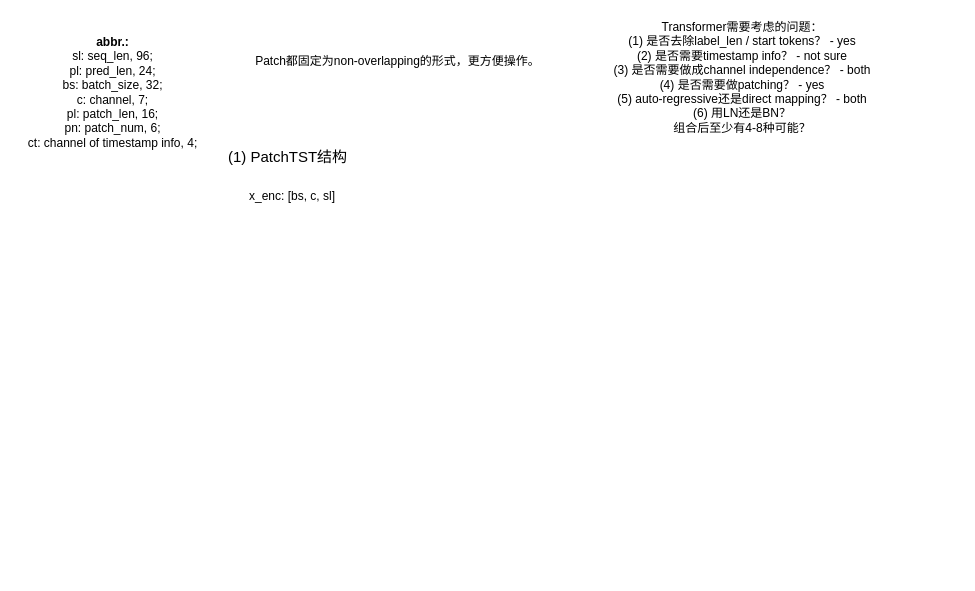
Before: TSF_Transformer架构探讨.drawio in HALF111/Research_figures, a draw.io diagram. Source tidied: cells renumbered, new cells numbered last; positions are measured from the earlier drawing's top-left corner, leaving out a move shared by most shapes. Both pictures are drawn from the tidied source at 100%, with x=0, y=0 at pixel (17, 17).
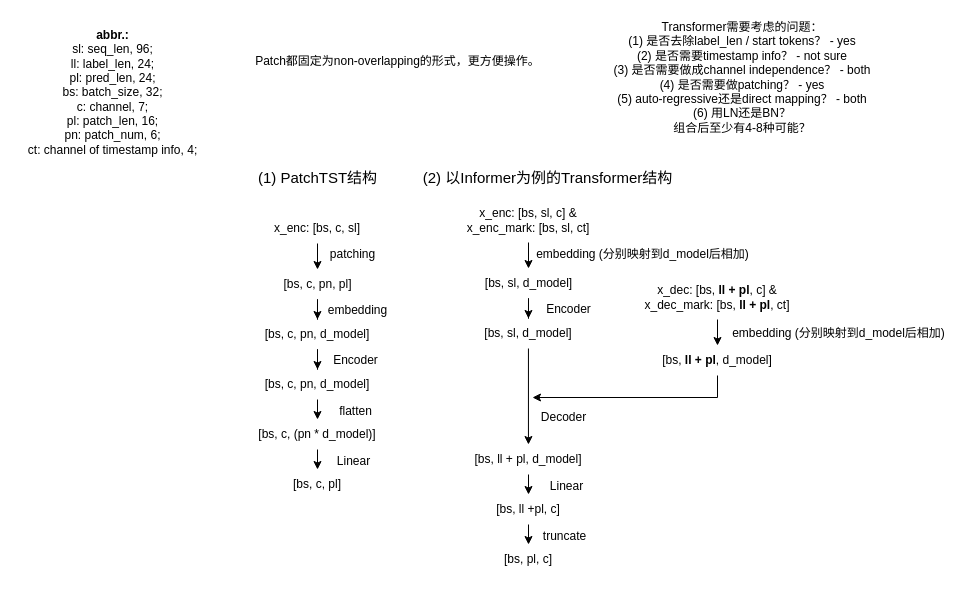
After the change.

Commit message:
更新TSF_Transformer架构探讨.drawio

Change to the diagram source:
```diff
@@
+    <mxCell id="7" style="edgeStyle=orthogonalEdgeStyle;rounded=0;jettySize=auto;html=1;entryX=0.5;entryY=0;entryDx=0;entryDy=0;" parent="1" edge="1" source="2" target="9">
+      <mxGeometry relative="1" as="geometry" />
+    </mxCell>
     <mxCell id="2" value="x_enc: [bs, c, sl]" style="text;html=1;align=center;verticalAlign=middle;whiteSpace=wrap;rounded=0;" parent="1" vertex="1">
-      <mxGeometry x="200" y="164" width="150" height="30" as="geometry" />
+      <mxGeometry x="225" y="196" width="150" height="30" as="geometry" />
     </mxCell>
     <mxCell id="3" value="&lt;font style=&quot;font-size: 15px;&quot;&gt;(1) PatchTST结构&lt;/font&gt;" style="text;html=1;align=center;verticalAlign=middle;strokeColor=none;fillColor=none;" parent="1" vertex="1">
-      <mxGeometry x="200" y="124" width="140" height="30" as="geometry" />
+      <mxGeometry x="230" y="145" width="140" height="30" as="geometry" />
     </mxCell>
-    <mxCell id="4" value="&lt;b&gt;abbr.:&lt;/b&gt;&lt;div&gt;sl: seq_len, 96;&lt;/div&gt;&lt;div&gt;pl: pred_len, 24;&lt;/div&gt;&lt;div&gt;bs: batch_size, 32;&lt;/div&gt;&lt;div&gt;c: channel, 7;&lt;/div&gt;&lt;div&gt;pl: patch_len, 16;&lt;/div&gt;&lt;div&gt;pn: patch_num, 6;&lt;/div&gt;&lt;div&gt;ct: channel of timestamp info, 4;&lt;/div&gt;" style="text;html=1;align=center;verticalAlign=middle;strokeColor=none;fillColor=none;" parent="1" vertex="1">
-      <mxGeometry y="10" width="190" height="130" as="geometry" />
+    <mxCell id="4" value="&lt;b&gt;abbr.:&lt;/b&gt;&lt;div&gt;sl: seq_len, 96;&lt;/div&gt;&lt;div&gt;ll: label_len, 24;&lt;/div&gt;&lt;div&gt;pl: pred_len, 24;&lt;/div&gt;&lt;div&gt;bs: batch_size, 32;&lt;/div&gt;&lt;div&gt;c: channel, 7;&lt;/div&gt;&lt;div&gt;pl: patch_len, 16;&lt;/div&gt;&lt;div&gt;pn: patch_num, 6;&lt;/div&gt;&lt;div&gt;ct: channel of timestamp info, 4;&lt;/div&gt;" style="text;html=1;align=center;verticalAlign=middle;strokeColor=none;fillColor=none;" parent="1" vertex="1">
+      <mxGeometry y="5" width="190" height="140" as="geometry" />
     </mxCell>
@@
+    <mxCell id="8" style="edgeStyle=orthogonalEdgeStyle;rounded=0;jettySize=auto;html=1;entryX=0.5;entryY=0;entryDx=0;entryDy=0;" parent="1" edge="1" source="9" target="12">
+      <mxGeometry relative="1" as="geometry" />
+    </mxCell>
+    <mxCell id="9" value="[bs, c, pn, pl]" style="text;html=1;align=center;verticalAlign=middle;whiteSpace=wrap;rounded=0;" parent="1" vertex="1">
+      <mxGeometry x="247.5" y="252" width="105" height="30" as="geometry" />
+    </mxCell>
+    <mxCell id="10" value="patching" style="text;html=1;align=center;verticalAlign=middle;strokeColor=none;fillColor=none;" parent="1" vertex="1">
+      <mxGeometry x="300" y="222" width="70" height="30" as="geometry" />
+    </mxCell>
+    <mxCell id="11" style="edgeStyle=orthogonalEdgeStyle;rounded=0;jettySize=auto;html=1;" parent="1" edge="1" source="12" target="14">
+      <mxGeometry relative="1" as="geometry" />
+    </mxCell>
+    <mxCell id="12" value="[bs, c, pn, d_model]" style="text;html=1;align=center;verticalAlign=middle;whiteSpace=wrap;rounded=0;" parent="1" vertex="1">
+      <mxGeometry x="231.2" y="302" width="137.5" height="30" as="geometry" />
+    </mxCell>
+    <mxCell id="13" style="edgeStyle=orthogonalEdgeStyle;rounded=0;jettySize=auto;html=1;entryX=0.5;entryY=0;entryDx=0;entryDy=0;" parent="1" edge="1" source="14" target="16">
+      <mxGeometry relative="1" as="geometry" />
+    </mxCell>
+    <mxCell id="14" value="[bs, c, pn, d_model]" style="text;html=1;align=center;verticalAlign=middle;whiteSpace=wrap;rounded=0;" parent="1" vertex="1">
+      <mxGeometry x="231.2" y="352" width="137.5" height="30" as="geometry" />
+    </mxCell>
+    <mxCell id="15" style="edgeStyle=orthogonalEdgeStyle;rounded=0;jettySize=auto;html=1;entryX=0.5;entryY=0;entryDx=0;entryDy=0;" parent="1" edge="1" source="16" target="17">
+      <mxGeometry relative="1" as="geometry" />
+    </mxCell>
+    <mxCell id="16" value="[bs, c, (pn * d_model)]" style="text;html=1;align=center;verticalAlign=middle;whiteSpace=wrap;rounded=0;" parent="1" vertex="1">
+      <mxGeometry x="231.2" y="402" width="137.5" height="30" as="geometry" />
+    </mxCell>
+    <mxCell id="17" value="[bs, c, pl]" style="text;html=1;align=center;verticalAlign=middle;whiteSpace=wrap;rounded=0;" parent="1" vertex="1">
+      <mxGeometry x="231.2" y="452" width="137.5" height="30" as="geometry" />
+    </mxCell>
+    <mxCell id="18" value="embedding" style="text;html=1;align=center;verticalAlign=middle;strokeColor=none;fillColor=none;" parent="1" vertex="1">
+      <mxGeometry x="300" y="278" width="80" height="30" as="geometry" />
+    </mxCell>
+    <mxCell id="19" value="Encoder" style="text;html=1;align=center;verticalAlign=middle;strokeColor=none;fillColor=none;" parent="1" vertex="1">
+      <mxGeometry x="303" y="328" width="70" height="30" as="geometry" />
+    </mxCell>
+    <mxCell id="20" value="flatten" style="text;html=1;align=center;verticalAlign=middle;strokeColor=none;fillColor=none;" parent="1" vertex="1">
+      <mxGeometry x="308" y="379" width="60" height="30" as="geometry" />
+    </mxCell>
+    <mxCell id="21" value="Linear" style="text;html=1;align=center;verticalAlign=middle;strokeColor=none;fillColor=none;" parent="1" vertex="1">
+      <mxGeometry x="306" y="429" width="60" height="30" as="geometry" />
+    </mxCell>
+    <mxCell id="22" style="edgeStyle=orthogonalEdgeStyle;rounded=0;jettySize=auto;html=1;entryX=0.5;entryY=0;entryDx=0;entryDy=0;" parent="1" edge="1" source="23" target="25">
+      <mxGeometry relative="1" as="geometry" />
+    </mxCell>
+    <mxCell id="23" value="x_enc: [bs, sl, c] &amp;amp;&lt;div&gt;x_enc_mark: [bs, sl, ct]&lt;/div&gt;" style="text;html=1;align=center;verticalAlign=middle;whiteSpace=wrap;rounded=0;" parent="1" vertex="1">
+      <mxGeometry x="436" y="180" width="150" height="45" as="geometry" />
+    </mxCell>
+    <mxCell id="24" style="edgeStyle=orthogonalEdgeStyle;rounded=0;jettySize=auto;html=1;entryX=0.5;entryY=0;entryDx=0;entryDy=0;" parent="1" edge="1" source="25" target="28">
+      <mxGeometry relative="1" as="geometry" />
+    </mxCell>
+    <mxCell id="25" value="[bs, sl, d_model]" style="text;html=1;align=center;verticalAlign=middle;whiteSpace=wrap;rounded=0;" parent="1" vertex="1">
+      <mxGeometry x="458.5" y="251" width="105" height="30" as="geometry" />
+    </mxCell>
+    <mxCell id="26" value="embedding (分别映射到d_model后相加)" style="text;html=1;align=center;verticalAlign=middle;strokeColor=none;fillColor=none;" parent="1" vertex="1">
+      <mxGeometry x="505" y="222" width="240" height="30" as="geometry" />
+    </mxCell>
+    <mxCell id="27" style="edgeStyle=orthogonalEdgeStyle;rounded=0;jettySize=auto;html=1;" parent="1" edge="1" source="28" target="30">
+      <mxGeometry relative="1" as="geometry" />
+    </mxCell>
+    <mxCell id="28" value="[bs, sl, d_model]" style="text;html=1;align=center;verticalAlign=middle;whiteSpace=wrap;rounded=0;" parent="1" vertex="1">
+      <mxGeometry x="442.2" y="301" width="137.5" height="30" as="geometry" />
+    </mxCell>
+    <mxCell id="29" style="edgeStyle=orthogonalEdgeStyle;rounded=0;jettySize=auto;html=1;entryX=0.5;entryY=0;entryDx=0;entryDy=0;" parent="1" edge="1" source="30" target="32">
+      <mxGeometry relative="1" as="geometry" />
+    </mxCell>
+    <mxCell id="30" value="[bs, ll + pl, d_model]" style="text;html=1;align=center;verticalAlign=middle;whiteSpace=wrap;rounded=0;" parent="1" vertex="1">
+      <mxGeometry x="442.2" y="427" width="137.5" height="30" as="geometry" />
+    </mxCell>
+    <mxCell id="31" style="edgeStyle=orthogonalEdgeStyle;rounded=0;jettySize=auto;html=1;entryX=0.5;entryY=0;entryDx=0;entryDy=0;" parent="1" edge="1" source="32" target="33">
+      <mxGeometry relative="1" as="geometry" />
+    </mxCell>
+    <mxCell id="32" value="[bs, ll +pl, c]" style="text;html=1;align=center;verticalAlign=middle;whiteSpace=wrap;rounded=0;" parent="1" vertex="1">
+      <mxGeometry x="442.2" y="477" width="137.5" height="30" as="geometry" />
+    </mxCell>
+    <mxCell id="33" value="[bs, pl, c]" style="text;html=1;align=center;verticalAlign=middle;whiteSpace=wrap;rounded=0;" parent="1" vertex="1">
+      <mxGeometry x="442.2" y="527" width="137.5" height="30" as="geometry" />
+    </mxCell>
+    <mxCell id="34" value="Encoder" style="text;html=1;align=center;verticalAlign=middle;strokeColor=none;fillColor=none;" parent="1" vertex="1">
+      <mxGeometry x="516" y="277" width="70" height="30" as="geometry" />
+    </mxCell>
+    <mxCell id="35" value="Decoder" style="text;html=1;align=center;verticalAlign=middle;strokeColor=none;fillColor=none;" parent="1" vertex="1">
+      <mxGeometry x="511" y="385" width="70" height="30" as="geometry" />
+    </mxCell>
+    <mxCell id="36" value="Linear" style="text;html=1;align=center;verticalAlign=middle;strokeColor=none;fillColor=none;" parent="1" vertex="1">
+      <mxGeometry x="519" y="454" width="60" height="30" as="geometry" />
+    </mxCell>
+    <mxCell id="37" value="truncate" style="text;html=1;align=center;verticalAlign=middle;strokeColor=none;fillColor=none;" parent="1" vertex="1">
+      <mxGeometry x="512" y="504" width="70" height="30" as="geometry" />
+    </mxCell>
+    <mxCell id="38" style="edgeStyle=orthogonalEdgeStyle;rounded=0;jettySize=auto;html=1;entryX=0.5;entryY=0;entryDx=0;entryDy=0;" parent="1" edge="1" source="39" target="40">
+      <mxGeometry relative="1" as="geometry" />
+    </mxCell>
+    <mxCell id="39" value="x_dec: [bs, &lt;b&gt;ll + pl&lt;/b&gt;, c] &amp;amp;&lt;div&gt;x_dec_mark: [bs, &lt;b&gt;ll + pl&lt;/b&gt;, ct]&lt;/div&gt;" style="text;html=1;align=center;verticalAlign=middle;whiteSpace=wrap;rounded=0;" parent="1" vertex="1">
+      <mxGeometry x="625" y="257" width="150" height="45" as="geometry" />
+    </mxCell>
+    <mxCell id="40" value="[bs, &lt;b&gt;ll + pl&lt;/b&gt;, d_model]" style="text;html=1;align=center;verticalAlign=middle;whiteSpace=wrap;rounded=0;" parent="1" vertex="1">
+      <mxGeometry x="635" y="328" width="130" height="30" as="geometry" />
+    </mxCell>
+    <mxCell id="41" value="embedding (分别映射到d_model后相加)" style="text;html=1;align=center;verticalAlign=middle;strokeColor=none;fillColor=none;" parent="1" vertex="1">
+      <mxGeometry x="701" y="301" width="240" height="30" as="geometry" />
+    </mxCell>
+    <mxCell id="42" style="endArrow=classic;html=1;rounded=0;exitX=0.5;exitY=1;exitDx=0;exitDy=0;" parent="1" edge="1" source="40">
+      <mxGeometry relative="1" as="geometry">
+        <mxPoint x="515" y="380" as="targetPoint" />
+        <Array as="points">
+          <mxPoint x="700" y="380" />
+        </Array>
+      </mxGeometry>
+    </mxCell>
+    <mxCell id="43" value="&lt;font style=&quot;font-size: 15px;&quot;&gt;(2) 以Informer为例的Transformer结构&lt;/font&gt;" style="text;html=1;align=center;verticalAlign=middle;strokeColor=none;fillColor=none;" parent="1" vertex="1">
+      <mxGeometry x="395" y="145" width="270" height="30" as="geometry" />
+    </mxCell>
```
